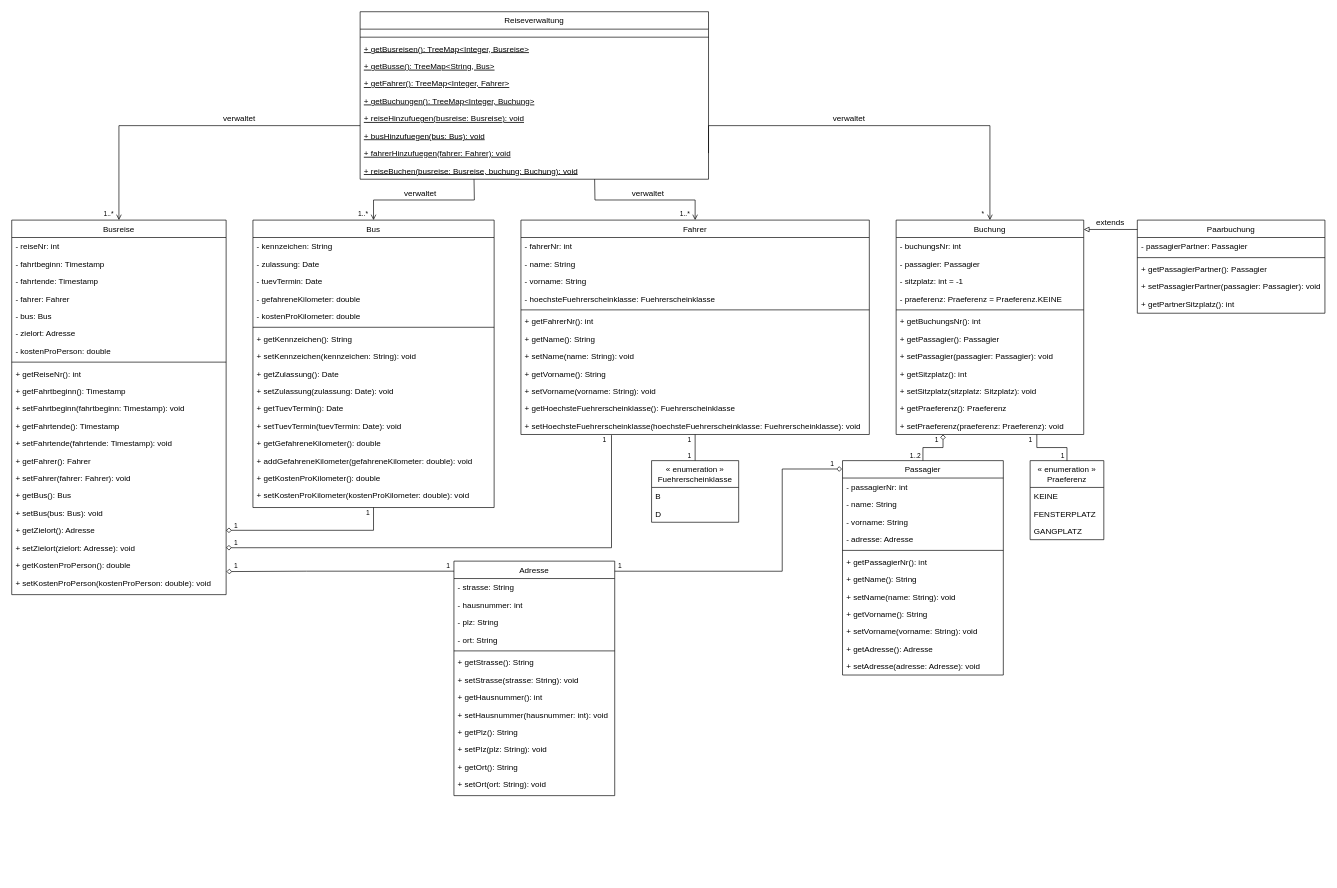
ZichaoIUStudy/Busreisen_OOP2_Referat keeps this draw.io diagram as UML_Klassendiagramm.drawio. Above is the earlier version. Source tidied: cells renumbered, new cells numbered last; positions are measured from the earlier drawing's top-left corner, leaving out a move shared by most shapes. Both pictures are drawn from the tidied source at 67%, with x=0, y=0 at pixel (11, 11).
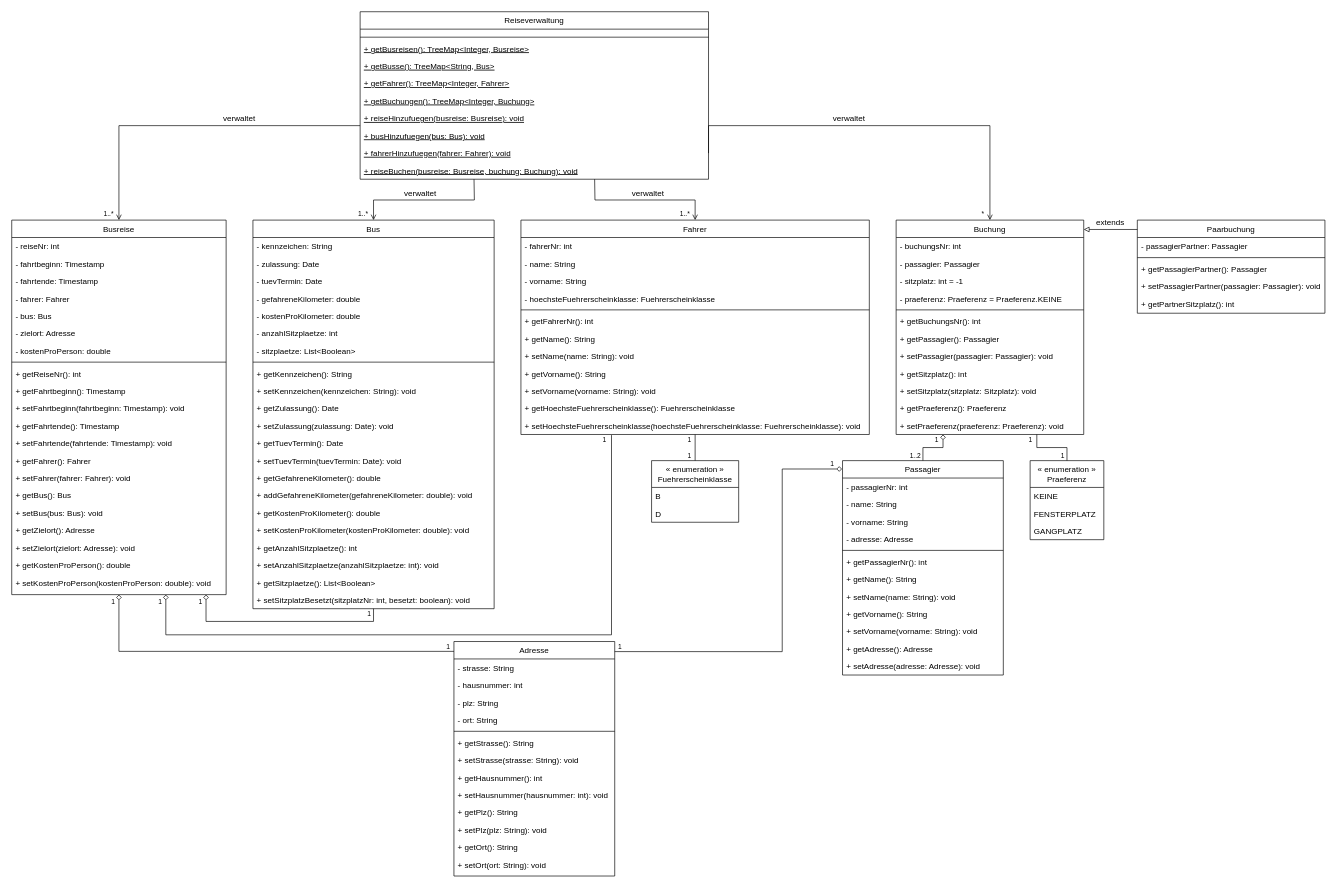
Above is the later version.

The change refers to these unchanged cells:
```xml
<mxCell id="14" value="+ setHoechsteFuehrerscheinklasse(hoechsteFuehrerscheinklasse: Fuehrerscheinklasse): void" style="text;align=left;verticalAlign=top;spacingLeft=4;spacingRight=4;overflow=hidden;points=[[0,0.5],[1,0.5]];portConstraint=eastwest;rounded=0;shadow=0;html=0;" parent="2" vertex="1">
  <mxGeometry y="294" width="520" height="26" as="geometry" />
</mxCell>
<mxCell id="15" value="Busreise" style="swimlane;fontStyle=0;align=center;verticalAlign=top;horizontal=1;startSize=26;rounded=0;shadow=0;strokeWidth=1;" parent="1" vertex="1">
  <mxGeometry y="311" width="320" height="559" as="geometry" />
</mxCell>
<mxCell id="33" value="+ getZielort(): Adresse" style="text;align=left;verticalAlign=top;spacingLeft=4;spacingRight=4;overflow=hidden;points=[[0,0.5],[1,0.5]];portConstraint=eastwest;rounded=0;shadow=0;html=0;" parent="15" vertex="1">
  <mxGeometry y="450" width="320" height="26" as="geometry" />
</mxCell>
<mxCell id="34" value="+ setZielort(zielort: Adresse): void" style="text;align=left;verticalAlign=top;spacingLeft=4;spacingRight=4;overflow=hidden;points=[[0,0.5],[1,0.5]];portConstraint=eastwest;rounded=0;shadow=0;html=0;" parent="15" vertex="1">
  <mxGeometry y="476" width="320" height="26" as="geometry" />
</mxCell>
<mxCell id="37" value="Passagier" style="swimlane;fontStyle=0;align=center;verticalAlign=top;horizontal=1;startSize=26;rounded=0;shadow=0;strokeWidth=1;" parent="1" vertex="1">
  <mxGeometry x="1240" y="670" width="240" height="320" as="geometry" />
</mxCell>
```

What changed in the source:
```diff
@@
     <mxCell id="50" value="Bus" style="swimlane;fontStyle=0;align=center;verticalAlign=top;horizontal=1;startSize=26;rounded=0;shadow=0;strokeWidth=1;" parent="1" vertex="1">
-      <mxGeometry x="360" y="311" width="360" height="429" as="geometry" />
+      <mxGeometry x="360" y="311" width="360" height="580" as="geometry" />
     </mxCell>
@@
+    <mxCell id="154" value="- anzahlSitzplaetze: int" style="text;align=left;verticalAlign=top;spacingLeft=4;spacingRight=4;overflow=hidden;rounded=0;shadow=0;html=0;" parent="50" vertex="1">
+      <mxGeometry y="156" width="360" height="26" as="geometry" />
+    </mxCell>
+    <mxCell id="155" value="- sitzplaetze: List&lt;Boolean&gt;" style="text;align=left;verticalAlign=top;spacingLeft=4;spacingRight=4;overflow=hidden;rounded=0;shadow=0;html=0;" parent="50" vertex="1">
+      <mxGeometry y="182" width="360" height="26" as="geometry" />
+    </mxCell>
     <mxCell id="56" style="line;html=1;strokeWidth=1;align=left;verticalAlign=middle;spacingTop=-1;spacingLeft=3;spacingRight=3;labelPosition=right;" parent="50" vertex="1">
-      <mxGeometry y="156" width="360" height="8" as="geometry" />
+      <mxGeometry y="208" width="360" height="8" as="geometry" />
     </mxCell>
     <mxCell id="57" value="+ getKennzeichen(): String" style="text;align=left;verticalAlign=top;spacingLeft=4;spacingRight=4;overflow=hidden;rounded=0;shadow=0;html=0;" parent="50" vertex="1">
-      <mxGeometry y="164" width="360" height="26" as="geometry" />
+      <mxGeometry y="216" width="360" height="26" as="geometry" />
     </mxCell>
     <mxCell id="58" value="+ setKennzeichen(kennzeichen: String): void" style="text;align=left;verticalAlign=top;spacingLeft=4;spacingRight=4;overflow=hidden;rounded=0;shadow=0;html=0;" parent="50" vertex="1">
-      <mxGeometry y="190" width="360" height="26" as="geometry" />
+      <mxGeometry y="242" width="360" height="26" as="geometry" />
     </mxCell>
     <mxCell id="59" value="+ getZulassung(): Date" style="text;align=left;verticalAlign=top;spacingLeft=4;spacingRight=4;overflow=hidden;rounded=0;shadow=0;html=0;" parent="50" vertex="1">
-      <mxGeometry y="216" width="360" height="26" as="geometry" />
+      <mxGeometry y="268" width="360" height="26" as="geometry" />
     </mxCell>
     <mxCell id="60" value="+ setZulassung(zulassung: Date): void" style="text;align=left;verticalAlign=top;spacingLeft=4;spacingRight=4;overflow=hidden;rounded=0;shadow=0;html=0;" parent="50" vertex="1">
-      <mxGeometry y="242" width="360" height="26" as="geometry" />
+      <mxGeometry y="294" width="360" height="26" as="geometry" />
     </mxCell>
     <mxCell id="61" value="+ getTuevTermin(): Date" style="text;align=left;verticalAlign=top;spacingLeft=4;spacingRight=4;overflow=hidden;rounded=0;shadow=0;html=0;" parent="50" vertex="1">
-      <mxGeometry y="268" width="360" height="26" as="geometry" />
+      <mxGeometry y="320" width="360" height="26" as="geometry" />
     </mxCell>
     <mxCell id="62" value="+ setTuevTermin(tuevTermin: Date): void" style="text;align=left;verticalAlign=top;spacingLeft=4;spacingRight=4;overflow=hidden;rounded=0;shadow=0;html=0;" parent="50" vertex="1">
-      <mxGeometry y="294" width="360" height="26" as="geometry" />
+      <mxGeometry y="346" width="360" height="26" as="geometry" />
     </mxCell>
     <mxCell id="63" value="+ getGefahreneKilometer(): double" style="text;align=left;verticalAlign=top;spacingLeft=4;spacingRight=4;overflow=hidden;rounded=0;shadow=0;html=0;" parent="50" vertex="1">
-      <mxGeometry y="320" width="360" height="26" as="geometry" />
+      <mxGeometry y="372" width="360" height="26" as="geometry" />
     </mxCell>
     <mxCell id="64" value="+ addGefahreneKilometer(gefahreneKilometer: double): void" style="text;align=left;verticalAlign=top;spacingLeft=4;spacingRight=4;overflow=hidden;rounded=0;shadow=0;html=0;" parent="50" vertex="1">
-      <mxGeometry y="346" width="360" height="26" as="geometry" />
+      <mxGeometry y="398" width="360" height="26" as="geometry" />
     </mxCell>
     <mxCell id="65" value="+ getKostenProKilometer(): double" style="text;align=left;verticalAlign=top;spacingLeft=4;spacingRight=4;overflow=hidden;rounded=0;shadow=0;html=0;" parent="50" vertex="1">
-      <mxGeometry y="372" width="360" height="26" as="geometry" />
+      <mxGeometry y="424" width="360" height="26" as="geometry" />
     </mxCell>
     <mxCell id="66" value="+ setKostenProKilometer(kostenProKilometer: double): void" style="text;align=left;verticalAlign=top;spacingLeft=4;spacingRight=4;overflow=hidden;rounded=0;shadow=0;html=0;" parent="50" vertex="1">
-      <mxGeometry y="398" width="360" height="26" as="geometry" />
+      <mxGeometry y="450" width="360" height="26" as="geometry" />
     </mxCell>
+    <mxCell id="156" value="+ getAnzahlSitzplaetze(): int" style="text;align=left;verticalAlign=top;spacingLeft=4;spacingRight=4;overflow=hidden;rounded=0;shadow=0;html=0;" parent="50" vertex="1">
+      <mxGeometry y="476" width="360" height="26" as="geometry" />
+    </mxCell>
+    <mxCell id="157" value="+ setAnzahlSitzplaetze(anzahlSitzplaetze: int): void" style="text;align=left;verticalAlign=top;spacingLeft=4;spacingRight=4;overflow=hidden;rounded=0;shadow=0;html=0;" parent="50" vertex="1">
+      <mxGeometry y="502" width="360" height="26" as="geometry" />
+    </mxCell>
+    <mxCell id="158" value="+ getSitzplaetze(): List&lt;Boolean&gt;" style="text;align=left;verticalAlign=top;spacingLeft=4;spacingRight=4;overflow=hidden;rounded=0;shadow=0;html=0;" parent="50" vertex="1">
+      <mxGeometry y="528" width="360" height="26" as="geometry" />
+    </mxCell>
+    <mxCell id="159" value="+ setSitzplatzBesetzt(sitzplatzNr: int, besetzt: boolean): void" style="text;align=left;verticalAlign=top;spacingLeft=4;spacingRight=4;overflow=hidden;rounded=0;shadow=0;html=0;" parent="50" vertex="1">
+      <mxGeometry y="554" width="360" height="26" as="geometry" />
+    </mxCell>
@@
     <mxCell id="128" value="Adresse" style="swimlane;fontStyle=0;align=center;verticalAlign=top;horizontal=1;startSize=26;rounded=0;shadow=0;strokeWidth=1;" parent="1" vertex="1">
-      <mxGeometry x="660" y="820" width="240" height="350" as="geometry" />
+      <mxGeometry x="660" y="940" width="240" height="350" as="geometry" />
     </mxCell>
@@
     <mxCell id="142" value="1" style="text;html=1;align=center;verticalAlign=middle;whiteSpace=wrap;rounded=0;fontSize=10;" parent="1" vertex="1">
-      <mxGeometry x="647" y="822" width="10" height="9" as="geometry" />
+      <mxGeometry x="647" y="942" width="10" height="9" as="geometry" />
     </mxCell>
     <mxCell id="143" value="1" style="text;html=1;align=center;verticalAlign=middle;whiteSpace=wrap;rounded=0;fontSize=10;" parent="1" vertex="1">
-      <mxGeometry x="903" y="822" width="10" height="9" as="geometry" />
+      <mxGeometry x="903" y="942" width="10" height="9" as="geometry" />
     </mxCell>
-    <mxCell id="144" style="endArrow=none;html=1;rounded=0;entryX=0.5;entryY=1;entryDx=0;entryDy=0;exitX=1;exitY=0.5;exitDx=0;exitDy=0;edgeStyle=orthogonalEdgeStyle;endFill=0;startArrow=diamond;startFill=0;" parent="1" edge="1" source="33" target="50">
-      <mxGeometry relative="1" as="geometry" />
+    <mxCell id="144" style="endArrow=none;html=1;rounded=0;entryX=0.5;entryY=1;entryDx=0;entryDy=0;edgeStyle=orthogonalEdgeStyle;endFill=0;startArrow=diamond;startFill=0;" parent="1" edge="1" target="50">
+      <mxGeometry relative="1" as="geometry">
+        <mxPoint x="290" y="870" as="sourcePoint" />
+        <Array as="points">
+          <mxPoint x="290" y="870" />
+          <mxPoint x="290" y="910" />
+          <mxPoint x="540" y="910" />
+        </Array>
+      </mxGeometry>
     </mxCell>
-    <mxCell id="145" style="endArrow=none;html=1;rounded=0;exitX=1;exitY=0.5;exitDx=0;exitDy=0;entryX=0.26;entryY=1.034;entryDx=0;entryDy=0;entryPerimeter=0;edgeStyle=orthogonalEdgeStyle;endFill=0;startArrow=diamond;startFill=0;" parent="1" edge="1" source="34" target="14">
-      <mxGeometry relative="1" as="geometry" />
+    <mxCell id="145" style="endArrow=none;html=1;rounded=0;entryX=0.26;entryY=1.034;entryDx=0;entryDy=0;entryPerimeter=0;edgeStyle=orthogonalEdgeStyle;endFill=0;startArrow=diamond;startFill=0;" parent="1" edge="1" target="14">
+      <mxGeometry relative="1" as="geometry">
+        <mxPoint x="230" y="870" as="sourcePoint" />
+        <Array as="points">
+          <mxPoint x="230" y="930" />
+          <mxPoint x="895" y="930" />
+        </Array>
+      </mxGeometry>
     </mxCell>
     <mxCell id="146" style="endArrow=diamond;html=1;rounded=0;edgeStyle=orthogonalEdgeStyle;endFill=0;startArrow=none;startFill=0;entryX=-0.003;entryY=0.039;entryDx=0;entryDy=0;entryPerimeter=0;exitX=1;exitY=0.043;exitDx=0;exitDy=0;exitPerimeter=0;" parent="1" edge="1" source="128" target="37">
       <mxGeometry relative="1" as="geometry">
         <Array as="points">
-          <mxPoint x="1150" y="835" />
+          <mxPoint x="1150" y="955" />
           <mxPoint x="1150" y="683" />
         </Array>
       </mxGeometry>
     </mxCell>
-    <mxCell id="147" style="endArrow=diamond;html=1;rounded=0;edgeStyle=orthogonalEdgeStyle;endFill=0;startArrow=none;startFill=0;exitX=1.002;exitY=0.042;exitDx=0;exitDy=0;exitPerimeter=0;entryX=1.002;entryY=0.252;entryDx=0;entryDy=0;entryPerimeter=0;" parent="1" edge="1">
+    <mxCell id="147" style="endArrow=diamond;html=1;rounded=0;edgeStyle=orthogonalEdgeStyle;endFill=0;startArrow=none;startFill=0;exitX=0;exitY=0.042;exitDx=0;exitDy=0;exitPerimeter=0;entryX=0.5;entryY=1;entryDx=0;entryDy=0;" parent="1" edge="1" source="128" target="15">
       <mxGeometry relative="1" as="geometry">
-        <mxPoint x="660" y="835" as="sourcePoint" />
-        <mxPoint x="320.6" y="835.6" as="targetPoint" />
         <Array as="points">
-          <mxPoint x="440" y="835" />
+          <mxPoint x="160" y="955" />
         </Array>
       </mxGeometry>
     </mxCell>
@@
     <mxCell id="150" value="1" style="text;html=1;align=center;verticalAlign=middle;whiteSpace=wrap;rounded=0;fontSize=10;" parent="1" vertex="1">
-      <mxGeometry x="527" y="743" width="10" height="9" as="geometry" />
+      <mxGeometry x="529" y="893" width="10" height="9" as="geometry" />
     </mxCell>
     <mxCell id="151" value="1" style="text;html=1;align=center;verticalAlign=middle;whiteSpace=wrap;rounded=0;fontSize=10;" parent="1" vertex="1">
-      <mxGeometry x="330" y="762" width="10" height="9" as="geometry" />
+      <mxGeometry x="277" y="875" width="10" height="9" as="geometry" />
     </mxCell>
     <mxCell id="152" value="1" style="text;html=1;align=center;verticalAlign=middle;whiteSpace=wrap;rounded=0;fontSize=10;" parent="1" vertex="1">
-      <mxGeometry x="330" y="788" width="10" height="9" as="geometry" />
+      <mxGeometry x="147" y="875" width="10" height="9" as="geometry" />
     </mxCell>
     <mxCell id="153" value="1" style="text;html=1;align=center;verticalAlign=middle;whiteSpace=wrap;rounded=0;fontSize=10;" parent="1" vertex="1">
-      <mxGeometry x="330" y="822" width="10" height="9" as="geometry" />
+      <mxGeometry x="217" y="875" width="10" height="9" as="geometry" />
     </mxCell>
```
